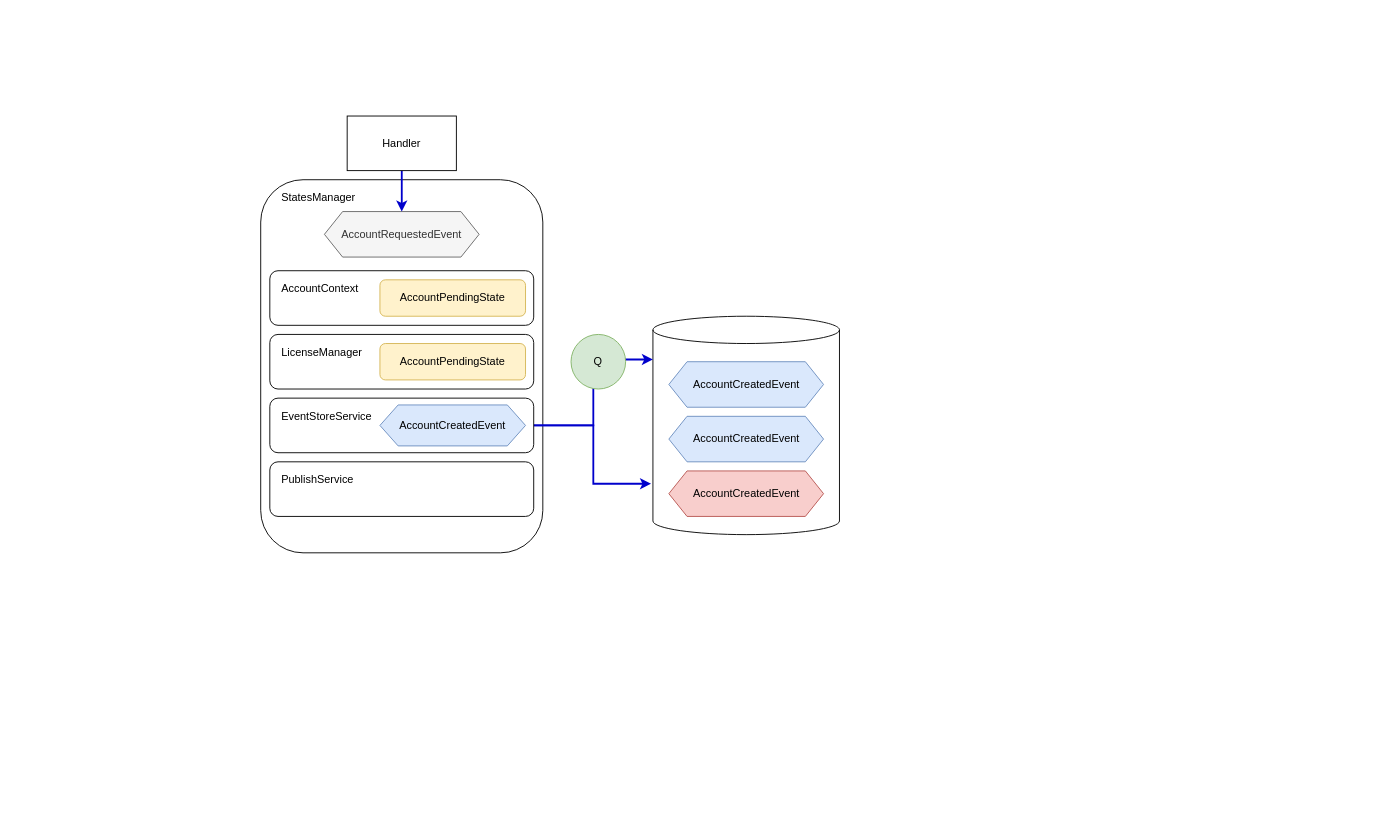
The draw.io diagram Untitled Diagram.drawio in avshiliaev/unicorn-bank-example-app, before the edit. Source tidied: cells renumbered, new cells numbered last; positions are measured from the earlier drawing's top-left corner, leaving out a move shared by most shapes. Both pictures are drawn from the tidied source at 91%, with x=0, y=0 at pixel (260, 116).
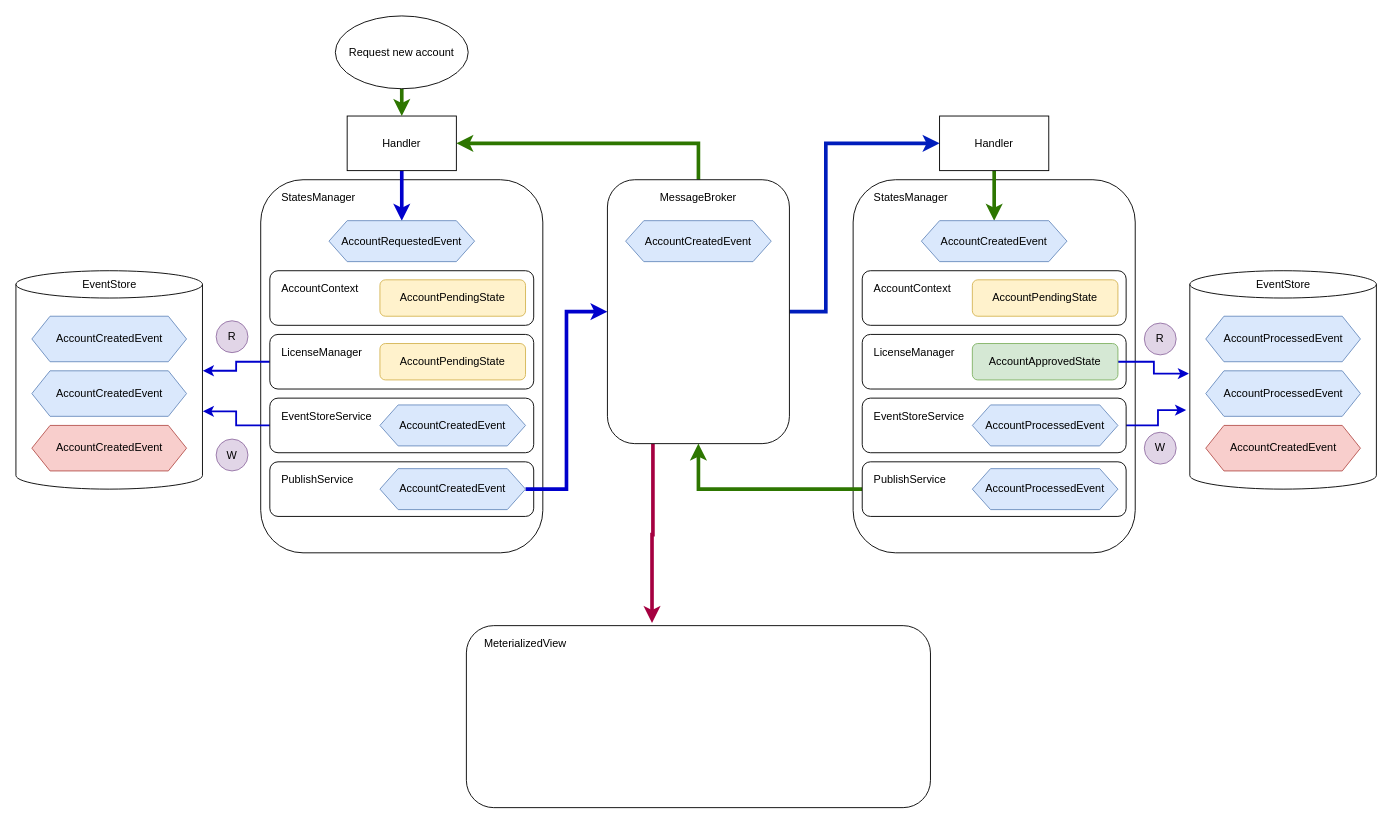
The same diagram, later.

The change refers to these unchanged cells:
```xml
<mxCell id="7" value="Handler" style="rounded=0;whiteSpace=wrap;html=1;" parent="1" vertex="1">
  <mxGeometry x="95" width="120" height="60" as="geometry" />
</mxCell>
<mxCell id="13" style="rounded=1;whiteSpace=wrap;html=1;fillColor=#ffffff;" parent="1" vertex="1">
  <mxGeometry x="10" y="310" width="290" height="60" as="geometry" />
</mxCell>
<mxCell id="14" style="rounded=1;whiteSpace=wrap;html=1;fillColor=#ffffff;" parent="1" vertex="1">
  <mxGeometry x="10" y="240" width="290" height="60" as="geometry" />
</mxCell>
```

The edit, as a diff of the source:
```diff
@@
     <mxCell id="3" style="shape=cylinder3;whiteSpace=wrap;html=1;boundedLbl=1;backgroundOutline=1;size=15;" parent="1" vertex="1">
-      <mxGeometry x="431" y="220" width="205" height="240" as="geometry" />
+      <mxGeometry x="-269" y="170" width="205" height="240" as="geometry" />
     </mxCell>
-    <mxCell id="4" value="AccountRequestedEvent" style="shape=hexagon;perimeter=hexagonPerimeter2;whiteSpace=wrap;html=1;fixedSize=1;fillColor=#f5f5f5;strokeColor=#666666;fontColor=#333333;" parent="1" vertex="1">
-      <mxGeometry x="70" y="105" width="170" height="50" as="geometry" />
-    </mxCell>
     <mxCell id="5" value="AccountCreatedEvent" style="shape=hexagon;perimeter=hexagonPerimeter2;whiteSpace=wrap;html=1;fixedSize=1;fillColor=#dae8fc;strokeColor=#6c8ebf;" parent="1" vertex="1">
-      <mxGeometry x="448.5" y="270" width="170" height="50" as="geometry" />
+      <mxGeometry x="-251.5" y="220" width="170" height="50" as="geometry" />
     </mxCell>
-    <mxCell id="6" style="edgeStyle=orthogonalEdgeStyle;rounded=0;jettySize=auto;html=1;entryX=0.5;entryY=0;entryDx=0;entryDy=0;strokeWidth=2;strokeColor=#0000CC;" parent="1" edge="1" source="7" target="4">
+    <mxCell id="6" style="edgeStyle=orthogonalEdgeStyle;rounded=0;jettySize=auto;html=1;entryX=0.5;entryY=0;entryDx=0;entryDy=0;strokeWidth=4;strokeColor=#0000CC;" parent="1" edge="1" source="7" target="4">
       <mxGeometry relative="1" as="geometry" />
     </mxCell>
@@
     <mxCell id="9" value="AccountCreatedEvent" style="shape=hexagon;perimeter=hexagonPerimeter2;whiteSpace=wrap;html=1;fixedSize=1;fillColor=#dae8fc;strokeColor=#6c8ebf;" parent="1" vertex="1">
-      <mxGeometry x="448.5" y="330" width="170" height="50" as="geometry" />
+      <mxGeometry x="-251.5" y="280" width="170" height="50" as="geometry" />
     </mxCell>
     <mxCell id="10" value="AccountCreatedEvent" style="shape=hexagon;perimeter=hexagonPerimeter2;whiteSpace=wrap;html=1;fixedSize=1;fillColor=#f8cecc;strokeColor=#b85450;" parent="1" vertex="1">
-      <mxGeometry x="448.5" y="390" width="170" height="50" as="geometry" />
+      <mxGeometry x="-251.5" y="340" width="170" height="50" as="geometry" />
     </mxCell>
-    <mxCell id="11" style="edgeStyle=orthogonalEdgeStyle;rounded=0;jettySize=auto;html=1;entryX=0;entryY=0.198;entryDx=0;entryDy=0;entryPerimeter=0;strokeColor=#0000CC;strokeWidth=2;" parent="1" edge="1" source="13" target="3">
-      <mxGeometry relative="1" as="geometry" />
-    </mxCell>
-    <mxCell id="12" style="edgeStyle=orthogonalEdgeStyle;rounded=0;jettySize=auto;html=1;entryX=-0.01;entryY=0.767;entryDx=0;entryDy=0;entryPerimeter=0;strokeColor=#0000CC;strokeWidth=2;" parent="1" edge="1" source="13" target="3">
-      <mxGeometry relative="1" as="geometry" />
-    </mxCell>
+    <mxCell id="25" style="edgeStyle=orthogonalEdgeStyle;rounded=0;jettySize=auto;html=1;entryX=1.002;entryY=0.644;entryDx=0;entryDy=0;entryPerimeter=0;strokeColor=#0000CC;strokeWidth=2;" parent="1" edge="1" source="13" target="3">
+      <mxGeometry relative="1" as="geometry" />
+    </mxCell>
@@
+    <mxCell id="26" style="edgeStyle=orthogonalEdgeStyle;rounded=0;jettySize=auto;html=1;entryX=1.002;entryY=0.458;entryDx=0;entryDy=0;entryPerimeter=0;strokeColor=#0000CC;strokeWidth=2;" parent="1" edge="1" source="14" target="3">
+      <mxGeometry relative="1" as="geometry" />
+    </mxCell>
@@
-    <mxCell id="23" value="Q" style="ellipse;whiteSpace=wrap;html=1;fillColor=#d5e8d4;strokeColor=#82b366;" parent="1" vertex="1">
-      <mxGeometry x="341" y="240" width="60" height="60" as="geometry" />
+    <mxCell id="23" value="R" style="ellipse;whiteSpace=wrap;html=1;fillColor=#e1d5e7;strokeColor=#9673a6;" parent="1" vertex="1">
+      <mxGeometry x="-49" y="225" width="35" height="35" as="geometry" />
     </mxCell>
@@
+    <mxCell id="27" style="edgeStyle=orthogonalEdgeStyle;rounded=0;jettySize=auto;html=1;entryX=0;entryY=0.5;entryDx=0;entryDy=0;strokeColor=#0000CC;strokeWidth=4;" parent="1" edge="1" source="28" target="32">
+      <mxGeometry relative="1" as="geometry" />
+    </mxCell>
+    <mxCell id="28" value="AccountCreatedEvent" style="shape=hexagon;perimeter=hexagonPerimeter2;whiteSpace=wrap;html=1;fixedSize=1;fillColor=#dae8fc;strokeColor=#6c8ebf;" parent="1" vertex="1">
+      <mxGeometry x="131" y="387.5" width="160" height="45" as="geometry" />
+    </mxCell>
+    <mxCell id="29" style="edgeStyle=orthogonalEdgeStyle;rounded=0;jettySize=auto;html=1;entryX=1;entryY=0.5;entryDx=0;entryDy=0;strokeWidth=4;fillColor=#60a917;strokeColor=#2D7600;" parent="1" edge="1" source="32" target="7">
+      <mxGeometry relative="1" as="geometry">
+        <Array as="points">
+          <mxPoint x="481" y="30" />
+        </Array>
+      </mxGeometry>
+    </mxCell>
+    <mxCell id="30" style="edgeStyle=orthogonalEdgeStyle;rounded=0;jettySize=auto;html=1;exitX=0.25;exitY=1;exitDx=0;exitDy=0;entryX=0.4;entryY=-0.014;entryDx=0;entryDy=0;entryPerimeter=0;strokeWidth=4;fillColor=#d80073;strokeColor=#A50040;" parent="1" edge="1" source="32" target="66">
+      <mxGeometry relative="1" as="geometry" />
+    </mxCell>
+    <mxCell id="31" style="edgeStyle=orthogonalEdgeStyle;rounded=0;jettySize=auto;html=1;entryX=0;entryY=0.5;entryDx=0;entryDy=0;strokeWidth=4;fillColor=#0050ef;strokeColor=#001DBC;" parent="1" edge="1" source="32" target="39">
+      <mxGeometry relative="1" as="geometry">
+        <Array as="points">
+          <mxPoint x="621" y="215" />
+          <mxPoint x="621" y="30" />
+        </Array>
+      </mxGeometry>
+    </mxCell>
+    <mxCell id="32" style="rounded=1;whiteSpace=wrap;html=1;strokeWidth=1;fillColor=#ffffff;" parent="1" vertex="1">
+      <mxGeometry x="381" y="70" width="200" height="290" as="geometry" />
+    </mxCell>
+    <mxCell id="33" style="edgeStyle=orthogonalEdgeStyle;rounded=0;jettySize=auto;html=1;exitX=0.5;exitY=1;exitDx=0;exitDy=0;entryX=0.5;entryY=0;entryDx=0;entryDy=0;strokeColor=#2D7600;strokeWidth=4;fillColor=#60a917;" parent="1" edge="1" source="34" target="7">
+      <mxGeometry relative="1" as="geometry" />
+    </mxCell>
+    <mxCell id="34" value="Request new account" style="ellipse;whiteSpace=wrap;html=1;strokeWidth=1;fillColor=#ffffff;" parent="1" vertex="1">
+      <mxGeometry x="82" y="-110" width="146" height="80" as="geometry" />
+    </mxCell>
+    <mxCell id="35" style="rounded=1;whiteSpace=wrap;html=1;strokeWidth=1;perimeterSpacing=0;" parent="1" vertex="1">
+      <mxGeometry x="651" y="70" width="310" height="410" as="geometry" />
+    </mxCell>
+    <mxCell id="36" style="shape=cylinder3;whiteSpace=wrap;html=1;boundedLbl=1;backgroundOutline=1;size=15;" parent="1" vertex="1">
+      <mxGeometry x="1021" y="170" width="205" height="240" as="geometry" />
+    </mxCell>
+    <mxCell id="37" value="AccountProcessedEvent" style="shape=hexagon;perimeter=hexagonPerimeter2;whiteSpace=wrap;html=1;fixedSize=1;fillColor=#dae8fc;strokeColor=#6c8ebf;" parent="1" vertex="1">
+      <mxGeometry x="1038.5" y="220" width="170" height="50" as="geometry" />
+    </mxCell>
+    <mxCell id="38" style="edgeStyle=orthogonalEdgeStyle;rounded=0;jettySize=auto;html=1;entryX=0.5;entryY=0;entryDx=0;entryDy=0;strokeWidth=4;strokeColor=#2D7600;fillColor=#60a917;" parent="1" edge="1" source="39" target="62">
+      <mxGeometry relative="1" as="geometry" />
+    </mxCell>
+    <mxCell id="39" value="Handler" style="rounded=0;whiteSpace=wrap;html=1;" parent="1" vertex="1">
+      <mxGeometry x="746" width="120" height="60" as="geometry" />
+    </mxCell>
+    <mxCell id="40" style="edgeStyle=orthogonalEdgeStyle;rounded=0;jettySize=auto;html=1;entryX=0.5;entryY=1;entryDx=0;entryDy=0;strokeWidth=4;fillColor=#60a917;strokeColor=#2D7600;" parent="1" edge="1" source="41" target="32">
+      <mxGeometry relative="1" as="geometry" />
+    </mxCell>
+    <mxCell id="41" style="rounded=1;whiteSpace=wrap;html=1;fillColor=#ffffff;" parent="1" vertex="1">
+      <mxGeometry x="661" y="380" width="290" height="60" as="geometry" />
+    </mxCell>
+    <mxCell id="42" value="AccountProcessedEvent" style="shape=hexagon;perimeter=hexagonPerimeter2;whiteSpace=wrap;html=1;fixedSize=1;fillColor=#dae8fc;strokeColor=#6c8ebf;" parent="1" vertex="1">
+      <mxGeometry x="1038.5" y="280" width="170" height="50" as="geometry" />
+    </mxCell>
+    <mxCell id="43" value="AccountCreatedEvent" style="shape=hexagon;perimeter=hexagonPerimeter2;whiteSpace=wrap;html=1;fixedSize=1;fillColor=#f8cecc;strokeColor=#b85450;" parent="1" vertex="1">
+      <mxGeometry x="1038.5" y="340" width="170" height="50" as="geometry" />
+    </mxCell>
+    <mxCell id="44" style="edgeStyle=orthogonalEdgeStyle;rounded=0;jettySize=auto;html=1;entryX=-0.02;entryY=0.638;entryDx=0;entryDy=0;entryPerimeter=0;strokeColor=#0000CC;strokeWidth=2;" parent="1" edge="1" source="45" target="36">
+      <mxGeometry relative="1" as="geometry" />
+    </mxCell>
+    <mxCell id="45" style="rounded=1;whiteSpace=wrap;html=1;fillColor=#ffffff;" parent="1" vertex="1">
+      <mxGeometry x="661" y="310" width="290" height="60" as="geometry" />
+    </mxCell>
+    <mxCell id="46" style="rounded=1;whiteSpace=wrap;html=1;fillColor=#ffffff;" parent="1" vertex="1">
+      <mxGeometry x="661" y="240" width="290" height="60" as="geometry" />
+    </mxCell>
+    <mxCell id="47" style="rounded=1;whiteSpace=wrap;html=1;fillColor=#ffffff;" parent="1" vertex="1">
+      <mxGeometry x="661" y="170" width="290" height="60" as="geometry" />
+    </mxCell>
+    <mxCell id="48" value="PublishService" style="text;html=1;strokeColor=none;fillColor=none;align=left;verticalAlign=middle;whiteSpace=wrap;rounded=0;" parent="1" vertex="1">
+      <mxGeometry x="672" y="390" width="100" height="20" as="geometry" />
+    </mxCell>
+    <mxCell id="49" value="EventStoreService" style="text;html=1;strokeColor=none;fillColor=none;align=left;verticalAlign=middle;whiteSpace=wrap;rounded=0;" parent="1" vertex="1">
+      <mxGeometry x="672" y="320" width="100" height="20" as="geometry" />
+    </mxCell>
+    <mxCell id="50" value="LicenseManager" style="text;html=1;strokeColor=none;fillColor=none;align=left;verticalAlign=middle;whiteSpace=wrap;rounded=0;" parent="1" vertex="1">
+      <mxGeometry x="672" y="250" width="100" height="20" as="geometry" />
+    </mxCell>
+    <mxCell id="51" value="AccountContext" style="text;html=1;strokeColor=none;fillColor=none;align=left;verticalAlign=middle;whiteSpace=wrap;rounded=0;" parent="1" vertex="1">
+      <mxGeometry x="672" y="180" width="100" height="20" as="geometry" />
+    </mxCell>
+    <mxCell id="52" value="StatesManager" style="text;html=1;strokeColor=none;fillColor=none;align=left;verticalAlign=middle;whiteSpace=wrap;rounded=0;" parent="1" vertex="1">
+      <mxGeometry x="672" y="80" width="100" height="20" as="geometry" />
+    </mxCell>
+    <mxCell id="53" value="AccountProcessedEvent" style="shape=hexagon;perimeter=hexagonPerimeter2;whiteSpace=wrap;html=1;fixedSize=1;fillColor=#dae8fc;strokeColor=#6c8ebf;" parent="1" vertex="1">
+      <mxGeometry x="782" y="317.5" width="160" height="45" as="geometry" />
+    </mxCell>
+    <mxCell id="54" style="edgeStyle=orthogonalEdgeStyle;rounded=0;jettySize=auto;html=1;entryX=-0.005;entryY=0.471;entryDx=0;entryDy=0;entryPerimeter=0;strokeColor=#0000CC;strokeWidth=2;" parent="1" edge="1" source="55" target="36">
+      <mxGeometry relative="1" as="geometry" />
+    </mxCell>
+    <mxCell id="55" value="AccountApprovedState" style="rounded=1;whiteSpace=wrap;html=1;strokeWidth=1;fillColor=#d5e8d4;strokeColor=#82b366;" parent="1" vertex="1">
+      <mxGeometry x="782" y="250" width="160" height="40" as="geometry" />
+    </mxCell>
+    <mxCell id="56" value="AccountPendingState" style="rounded=1;whiteSpace=wrap;html=1;strokeWidth=1;fillColor=#fff2cc;strokeColor=#d6b656;" parent="1" vertex="1">
+      <mxGeometry x="782" y="180" width="160" height="40" as="geometry" />
+    </mxCell>
+    <mxCell id="57" value="AccountProcessedEvent" style="shape=hexagon;perimeter=hexagonPerimeter2;whiteSpace=wrap;html=1;fixedSize=1;fillColor=#dae8fc;strokeColor=#6c8ebf;" parent="1" vertex="1">
+      <mxGeometry x="782" y="387.5" width="160" height="45" as="geometry" />
+    </mxCell>
+    <mxCell id="58" value="MessageBroker" style="text;html=1;strokeColor=none;fillColor=none;align=center;verticalAlign=middle;whiteSpace=wrap;rounded=0;" parent="1" vertex="1">
+      <mxGeometry x="431" y="80" width="100" height="20" as="geometry" />
+    </mxCell>
+    <mxCell id="59" value="AccountCreatedEvent" style="shape=hexagon;perimeter=hexagonPerimeter2;whiteSpace=wrap;html=1;fixedSize=1;fillColor=#dae8fc;strokeColor=#6c8ebf;" parent="1" vertex="1">
+      <mxGeometry x="401" y="115" width="160" height="45" as="geometry" />
+    </mxCell>
+    <mxCell id="60" value="EventStore" style="text;html=1;strokeColor=none;fillColor=none;align=center;verticalAlign=middle;whiteSpace=wrap;rounded=0;" parent="1" vertex="1">
+      <mxGeometry x="-216.5" y="175" width="100" height="20" as="geometry" />
+    </mxCell>
+    <mxCell id="61" value="EventStore" style="text;html=1;strokeColor=none;fillColor=none;align=center;verticalAlign=middle;whiteSpace=wrap;rounded=0;" parent="1" vertex="1">
+      <mxGeometry x="1073.5" y="175" width="100" height="20" as="geometry" />
+    </mxCell>
+    <mxCell id="62" value="AccountCreatedEvent" style="shape=hexagon;perimeter=hexagonPerimeter2;whiteSpace=wrap;html=1;fixedSize=1;fillColor=#dae8fc;strokeColor=#6c8ebf;" parent="1" vertex="1">
+      <mxGeometry x="726" y="115" width="160" height="45" as="geometry" />
+    </mxCell>
+    <mxCell id="63" value="W" style="ellipse;whiteSpace=wrap;html=1;fillColor=#e1d5e7;strokeColor=#9673a6;" parent="1" vertex="1">
+      <mxGeometry x="-49" y="355" width="35" height="35" as="geometry" />
+    </mxCell>
+    <mxCell id="64" value="R" style="ellipse;whiteSpace=wrap;html=1;fillColor=#e1d5e7;strokeColor=#9673a6;" parent="1" vertex="1">
+      <mxGeometry x="971" y="227.5" width="35" height="35" as="geometry" />
+    </mxCell>
+    <mxCell id="65" value="W" style="ellipse;whiteSpace=wrap;html=1;fillColor=#e1d5e7;strokeColor=#9673a6;" parent="1" vertex="1">
+      <mxGeometry x="971" y="347.5" width="35" height="35" as="geometry" />
+    </mxCell>
+    <mxCell id="4" value="AccountRequestedEvent" style="shape=hexagon;perimeter=hexagonPerimeter2;whiteSpace=wrap;html=1;fixedSize=1;fillColor=#dae8fc;strokeColor=#6c8ebf;" parent="1" vertex="1">
+      <mxGeometry x="75" y="115" width="160" height="45" as="geometry" />
+    </mxCell>
+    <mxCell id="66" style="rounded=1;whiteSpace=wrap;html=1;strokeWidth=1;fillColor=#ffffff;" parent="1" vertex="1">
+      <mxGeometry x="226" y="560" width="510" height="200" as="geometry" />
+    </mxCell>
+    <mxCell id="67" value="MeterializedView" style="text;html=1;strokeColor=none;fillColor=none;align=center;verticalAlign=middle;whiteSpace=wrap;rounded=0;" parent="1" vertex="1">
+      <mxGeometry x="241" y="570" width="100" height="20" as="geometry" />
+    </mxCell>
```
